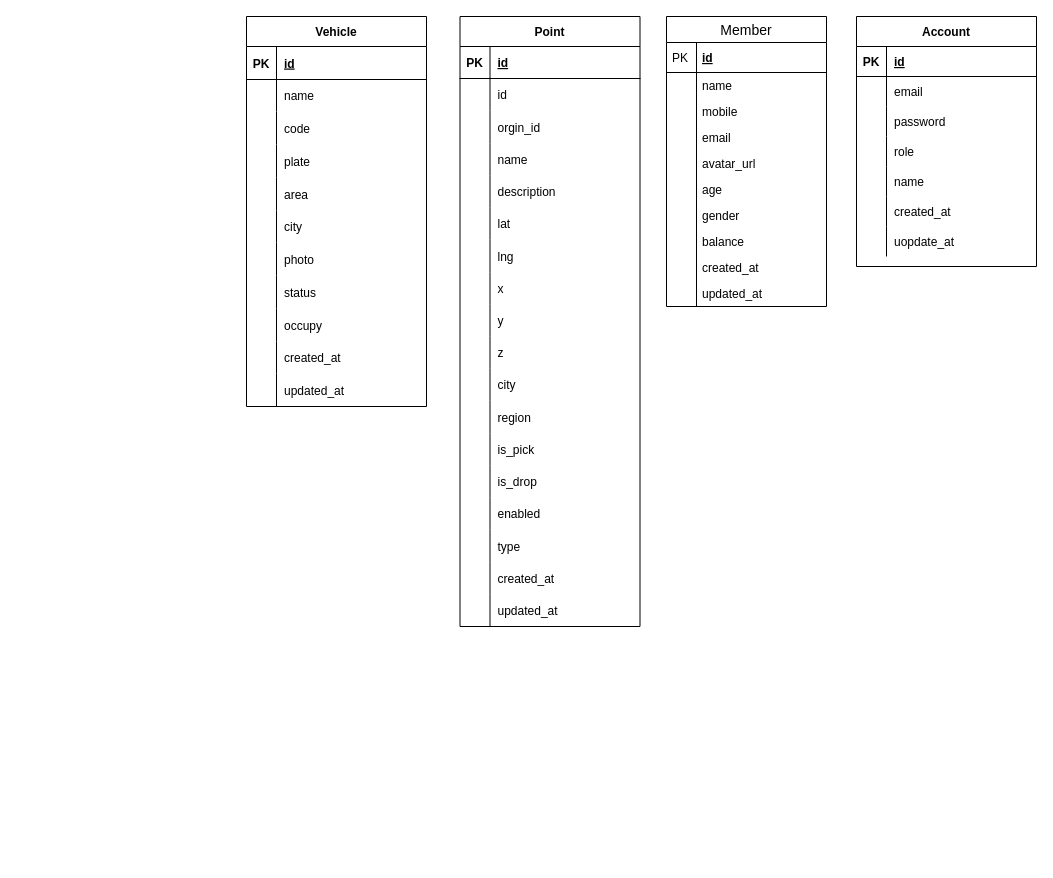
Before: 个人研究院/little_car/little_car_db.drawio in wurh/myDesignDoc, a draw.io diagram. Source tidied: cells renumbered, new cells numbered last; positions are measured from the earlier drawing's top-left corner, leaving out a move shared by most shapes. Both pictures are drawn from the tidied source at 100%, with x=0, y=0 at pixel (246, 16).
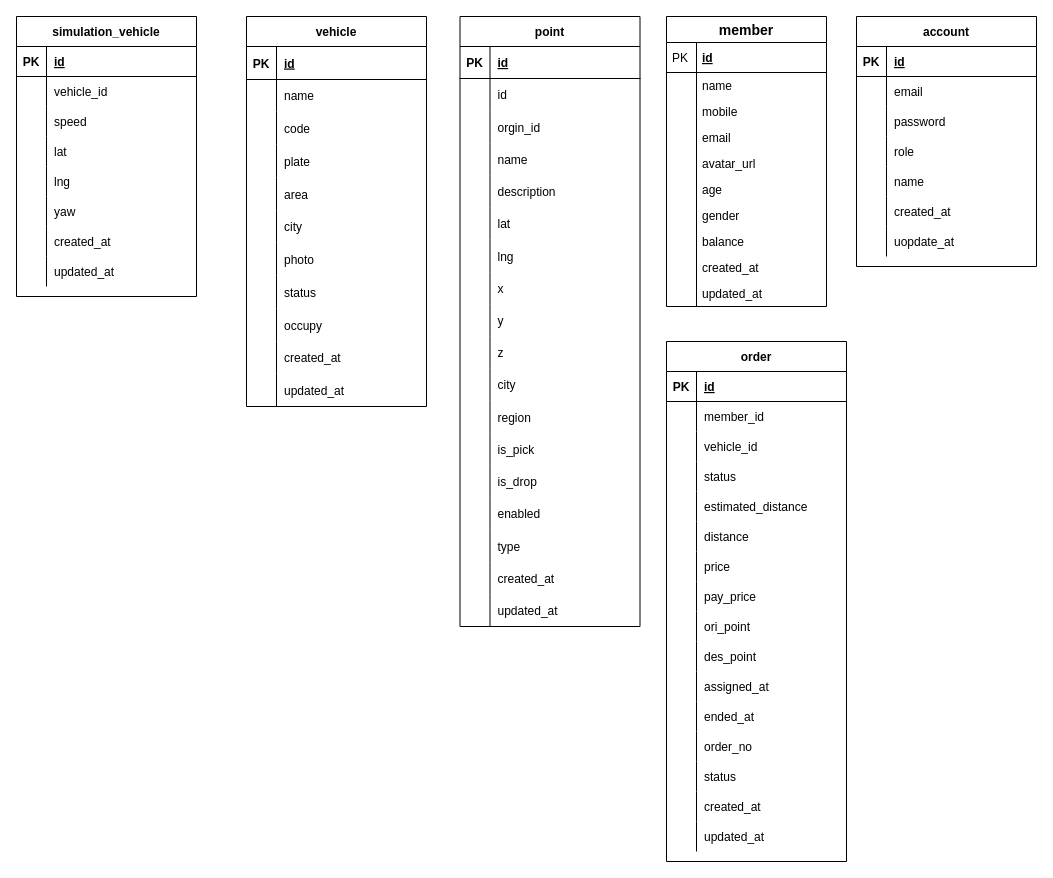
The same page after the edit.

What changed in the source:
```diff
@@
-    <mxCell id="2" value="Point" style="shape=table;startSize=30;childLayout=tableLayout;rowLines=0;fontStyle=1;align=center;" parent="1" vertex="1">
+    <mxCell id="2" value="point" style="shape=table;startSize=30;childLayout=tableLayout;rowLines=0;fontStyle=1;align=center;" parent="1" vertex="1">
       <mxGeometry x="213.5" width="180" height="610" as="geometry" />
     </mxCell>
@@
-    <mxCell id="57" value="Vehicle" style="shape=table;startSize=30;childLayout=tableLayout;rowLines=0;fontStyle=1;align=center;" parent="1" vertex="1">
+    <mxCell id="57" value="vehicle" style="shape=table;startSize=30;childLayout=tableLayout;rowLines=0;fontStyle=1;align=center;" parent="1" vertex="1">
       <mxGeometry width="180" height="390" as="geometry" />
     </mxCell>
@@
-    <mxCell id="91" value="Member" style="swimlane;fontStyle=0;horizontal=1;startSize=26;align=center;fontSize=14;" parent="1" vertex="1">
+    <mxCell id="91" value="member" style="swimlane;fontStyle=1;horizontal=1;startSize=26;align=center;fontSize=14;" parent="1" vertex="1">
       <mxGeometry x="420" width="160" height="290" as="geometry" />
     </mxCell>
@@
-    <mxCell id="112" value="Account" style="shape=table;startSize=30;childLayout=tableLayout;rowLines=0;fontStyle=1;align=center;" parent="1" vertex="1">
+    <mxCell id="112" value="account" style="shape=table;startSize=30;childLayout=tableLayout;rowLines=0;fontStyle=1;align=center;" parent="1" vertex="1">
       <mxGeometry x="610" width="180" height="250" as="geometry" />
     </mxCell>
@@
+    <mxCell id="134" value="order" style="shape=table;startSize=30;childLayout=tableLayout;rowLines=0;fontStyle=1;align=center;" parent="1" vertex="1">
+      <mxGeometry x="420" y="325" width="180" height="520" as="geometry" />
+    </mxCell>
+    <mxCell id="135" style="shape=partialRectangle;fillColor=none;top=0;left=0;bottom=1;right=0;" parent="134" vertex="1">
+      <mxGeometry y="30" width="180" height="30" as="geometry" />
+    </mxCell>
+    <mxCell id="136" value="PK" style="shape=partialRectangle;fillColor=none;top=0;left=0;bottom=0;right=0;fontStyle=1;overflow=hidden;" parent="135" vertex="1">
+      <mxGeometry width="30" height="30" as="geometry" />
+    </mxCell>
+    <mxCell id="137" value="id" style="shape=partialRectangle;fillColor=none;top=0;left=0;bottom=0;right=0;align=left;spacingLeft=6;fontStyle=5;overflow=hidden;" parent="135" vertex="1">
+      <mxGeometry x="30" width="150" height="30" as="geometry" />
+    </mxCell>
+    <mxCell id="138" style="shape=partialRectangle;fillColor=none;top=0;left=0;bottom=0;right=0;" parent="134" vertex="1">
+      <mxGeometry y="60" width="180" height="30" as="geometry" />
+    </mxCell>
+    <mxCell id="139" style="shape=partialRectangle;fillColor=none;top=0;left=0;bottom=0;right=0;overflow=hidden;" parent="138" vertex="1">
+      <mxGeometry width="30" height="30" as="geometry" />
+    </mxCell>
+    <mxCell id="140" value="member_id" style="shape=partialRectangle;fillColor=none;top=0;left=0;bottom=0;right=0;align=left;spacingLeft=6;overflow=hidden;" parent="138" vertex="1">
+      <mxGeometry x="30" width="150" height="30" as="geometry" />
+    </mxCell>
+    <mxCell id="141" style="shape=partialRectangle;fillColor=none;top=0;left=0;bottom=0;right=0;" parent="134" vertex="1">
+      <mxGeometry y="90" width="180" height="30" as="geometry" />
+    </mxCell>
+    <mxCell id="142" style="shape=partialRectangle;fillColor=none;top=0;left=0;bottom=0;right=0;overflow=hidden;" parent="141" vertex="1">
+      <mxGeometry width="30" height="30" as="geometry" />
+    </mxCell>
+    <mxCell id="143" value="vehicle_id" style="shape=partialRectangle;fillColor=none;top=0;left=0;bottom=0;right=0;align=left;spacingLeft=6;overflow=hidden;" parent="141" vertex="1">
+      <mxGeometry x="30" width="150" height="30" as="geometry" />
+    </mxCell>
+    <mxCell id="144" style="shape=partialRectangle;fillColor=none;top=0;left=0;bottom=0;right=0;" parent="134" vertex="1">
+      <mxGeometry y="120" width="180" height="30" as="geometry" />
+    </mxCell>
+    <mxCell id="145" style="shape=partialRectangle;fillColor=none;top=0;left=0;bottom=0;right=0;overflow=hidden;" parent="144" vertex="1">
+      <mxGeometry width="30" height="30" as="geometry" />
+    </mxCell>
+    <mxCell id="146" value="status" style="shape=partialRectangle;fillColor=none;top=0;left=0;bottom=0;right=0;align=left;spacingLeft=6;overflow=hidden;" parent="144" vertex="1">
+      <mxGeometry x="30" width="150" height="30" as="geometry" />
+    </mxCell>
+    <mxCell id="147" style="shape=partialRectangle;fillColor=none;top=0;left=0;bottom=0;right=0;" parent="134" vertex="1">
+      <mxGeometry y="150" width="180" height="30" as="geometry" />
+    </mxCell>
+    <mxCell id="148" style="shape=partialRectangle;fillColor=none;top=0;left=0;bottom=0;right=0;overflow=hidden;" parent="147" vertex="1">
+      <mxGeometry width="30" height="30" as="geometry" />
+    </mxCell>
+    <mxCell id="149" value="estimated_distance" style="shape=partialRectangle;fillColor=none;top=0;left=0;bottom=0;right=0;align=left;spacingLeft=6;overflow=hidden;" parent="147" vertex="1">
+      <mxGeometry x="30" width="150" height="30" as="geometry" />
+    </mxCell>
+    <mxCell id="150" style="shape=partialRectangle;fillColor=none;top=0;left=0;bottom=0;right=0;" parent="134" vertex="1">
+      <mxGeometry y="180" width="180" height="30" as="geometry" />
+    </mxCell>
+    <mxCell id="151" style="shape=partialRectangle;fillColor=none;top=0;left=0;bottom=0;right=0;overflow=hidden;" parent="150" vertex="1">
+      <mxGeometry width="30" height="30" as="geometry" />
+    </mxCell>
+    <mxCell id="152" value="distance" style="shape=partialRectangle;fillColor=none;top=0;left=0;bottom=0;right=0;align=left;spacingLeft=6;overflow=hidden;" parent="150" vertex="1">
+      <mxGeometry x="30" width="150" height="30" as="geometry" />
+    </mxCell>
+    <mxCell id="153" style="shape=partialRectangle;fillColor=none;top=0;left=0;bottom=0;right=0;" parent="134" vertex="1">
+      <mxGeometry y="210" width="180" height="30" as="geometry" />
+    </mxCell>
+    <mxCell id="154" style="shape=partialRectangle;fillColor=none;top=0;left=0;bottom=0;right=0;overflow=hidden;" parent="153" vertex="1">
+      <mxGeometry width="30" height="30" as="geometry" />
+    </mxCell>
+    <mxCell id="155" value="price" style="shape=partialRectangle;fillColor=none;top=0;left=0;bottom=0;right=0;align=left;spacingLeft=6;overflow=hidden;" parent="153" vertex="1">
+      <mxGeometry x="30" width="150" height="30" as="geometry" />
+    </mxCell>
+    <mxCell id="156" style="shape=partialRectangle;fillColor=none;top=0;left=0;bottom=0;right=0;" parent="134" vertex="1">
+      <mxGeometry y="240" width="180" height="30" as="geometry" />
+    </mxCell>
+    <mxCell id="157" style="shape=partialRectangle;fillColor=none;top=0;left=0;bottom=0;right=0;overflow=hidden;" parent="156" vertex="1">
+      <mxGeometry width="30" height="30" as="geometry" />
+    </mxCell>
+    <mxCell id="158" value="pay_price" style="shape=partialRectangle;fillColor=none;top=0;left=0;bottom=0;right=0;align=left;spacingLeft=6;overflow=hidden;" parent="156" vertex="1">
+      <mxGeometry x="30" width="150" height="30" as="geometry" />
+    </mxCell>
+    <mxCell id="159" style="shape=partialRectangle;fillColor=none;top=0;left=0;bottom=0;right=0;" parent="134" vertex="1">
+      <mxGeometry y="270" width="180" height="30" as="geometry" />
+    </mxCell>
+    <mxCell id="160" style="shape=partialRectangle;fillColor=none;top=0;left=0;bottom=0;right=0;overflow=hidden;" parent="159" vertex="1">
+      <mxGeometry width="30" height="30" as="geometry" />
+    </mxCell>
+    <mxCell id="161" value="ori_point" style="shape=partialRectangle;fillColor=none;top=0;left=0;bottom=0;right=0;align=left;spacingLeft=6;overflow=hidden;" parent="159" vertex="1">
+      <mxGeometry x="30" width="150" height="30" as="geometry" />
+    </mxCell>
+    <mxCell id="162" style="shape=partialRectangle;fillColor=none;top=0;left=0;bottom=0;right=0;" parent="134" vertex="1">
+      <mxGeometry y="300" width="180" height="30" as="geometry" />
+    </mxCell>
+    <mxCell id="163" style="shape=partialRectangle;fillColor=none;top=0;left=0;bottom=0;right=0;overflow=hidden;" parent="162" vertex="1">
+      <mxGeometry width="30" height="30" as="geometry" />
+    </mxCell>
+    <mxCell id="164" value="des_point" style="shape=partialRectangle;fillColor=none;top=0;left=0;bottom=0;right=0;align=left;spacingLeft=6;overflow=hidden;" parent="162" vertex="1">
+      <mxGeometry x="30" width="150" height="30" as="geometry" />
+    </mxCell>
+    <mxCell id="165" style="shape=partialRectangle;fillColor=none;top=0;left=0;bottom=0;right=0;" parent="134" vertex="1">
+      <mxGeometry y="330" width="180" height="30" as="geometry" />
+    </mxCell>
+    <mxCell id="166" style="shape=partialRectangle;fillColor=none;top=0;left=0;bottom=0;right=0;overflow=hidden;" parent="165" vertex="1">
+      <mxGeometry width="30" height="30" as="geometry" />
+    </mxCell>
+    <mxCell id="167" value="assigned_at" style="shape=partialRectangle;fillColor=none;top=0;left=0;bottom=0;right=0;align=left;spacingLeft=6;overflow=hidden;" parent="165" vertex="1">
+      <mxGeometry x="30" width="150" height="30" as="geometry" />
+    </mxCell>
+    <mxCell id="168" style="shape=partialRectangle;fillColor=none;top=0;left=0;bottom=0;right=0;" parent="134" vertex="1">
+      <mxGeometry y="360" width="180" height="30" as="geometry" />
+    </mxCell>
+    <mxCell id="169" style="shape=partialRectangle;fillColor=none;top=0;left=0;bottom=0;right=0;overflow=hidden;" parent="168" vertex="1">
+      <mxGeometry width="30" height="30" as="geometry" />
+    </mxCell>
+    <mxCell id="170" value="ended_at" style="shape=partialRectangle;fillColor=none;top=0;left=0;bottom=0;right=0;align=left;spacingLeft=6;overflow=hidden;" parent="168" vertex="1">
+      <mxGeometry x="30" width="150" height="30" as="geometry" />
+    </mxCell>
+    <mxCell id="171" style="shape=partialRectangle;fillColor=none;top=0;left=0;bottom=0;right=0;" parent="134" vertex="1">
+      <mxGeometry y="390" width="180" height="30" as="geometry" />
+    </mxCell>
+    <mxCell id="172" style="shape=partialRectangle;fillColor=none;top=0;left=0;bottom=0;right=0;overflow=hidden;" parent="171" vertex="1">
+      <mxGeometry width="30" height="30" as="geometry" />
+    </mxCell>
+    <mxCell id="173" value="order_no" style="shape=partialRectangle;fillColor=none;top=0;left=0;bottom=0;right=0;align=left;spacingLeft=6;overflow=hidden;" parent="171" vertex="1">
+      <mxGeometry x="30" width="150" height="30" as="geometry" />
+    </mxCell>
+    <mxCell id="174" style="shape=partialRectangle;fillColor=none;top=0;left=0;bottom=0;right=0;" parent="134" vertex="1">
+      <mxGeometry y="420" width="180" height="30" as="geometry" />
+    </mxCell>
+    <mxCell id="175" style="shape=partialRectangle;fillColor=none;top=0;left=0;bottom=0;right=0;overflow=hidden;" parent="174" vertex="1">
+      <mxGeometry width="30" height="30" as="geometry" />
+    </mxCell>
+    <mxCell id="176" value="status" style="shape=partialRectangle;fillColor=none;top=0;left=0;bottom=0;right=0;align=left;spacingLeft=6;overflow=hidden;" parent="174" vertex="1">
+      <mxGeometry x="30" width="150" height="30" as="geometry" />
+    </mxCell>
+    <mxCell id="177" style="shape=partialRectangle;fillColor=none;top=0;left=0;bottom=0;right=0;" parent="134" vertex="1">
+      <mxGeometry y="450" width="180" height="30" as="geometry" />
+    </mxCell>
+    <mxCell id="178" style="shape=partialRectangle;fillColor=none;top=0;left=0;bottom=0;right=0;overflow=hidden;" parent="177" vertex="1">
+      <mxGeometry width="30" height="30" as="geometry" />
+    </mxCell>
+    <mxCell id="179" value="created_at" style="shape=partialRectangle;fillColor=none;top=0;left=0;bottom=0;right=0;align=left;spacingLeft=6;overflow=hidden;" parent="177" vertex="1">
+      <mxGeometry x="30" width="150" height="30" as="geometry" />
+    </mxCell>
+    <mxCell id="180" style="shape=partialRectangle;fillColor=none;top=0;left=0;bottom=0;right=0;" parent="134" vertex="1">
+      <mxGeometry y="480" width="180" height="30" as="geometry" />
+    </mxCell>
+    <mxCell id="181" style="shape=partialRectangle;fillColor=none;top=0;left=0;bottom=0;right=0;overflow=hidden;" parent="180" vertex="1">
+      <mxGeometry width="30" height="30" as="geometry" />
+    </mxCell>
+    <mxCell id="182" value="updated_at" style="shape=partialRectangle;fillColor=none;top=0;left=0;bottom=0;right=0;align=left;spacingLeft=6;overflow=hidden;" parent="180" vertex="1">
+      <mxGeometry x="30" width="150" height="30" as="geometry" />
+    </mxCell>
+    <mxCell id="183" value="simulation_vehicle" style="shape=table;startSize=30;childLayout=tableLayout;rowLines=0;fontStyle=1;align=center;" parent="1" vertex="1">
+      <mxGeometry x="-230" width="180" height="280" as="geometry" />
+    </mxCell>
+    <mxCell id="184" style="shape=partialRectangle;fillColor=none;top=0;left=0;bottom=1;right=0;" parent="183" vertex="1">
+      <mxGeometry y="30" width="180" height="30" as="geometry" />
+    </mxCell>
+    <mxCell id="185" value="PK" style="shape=partialRectangle;fillColor=none;top=0;left=0;bottom=0;right=0;fontStyle=1;overflow=hidden;" parent="184" vertex="1">
+      <mxGeometry width="30" height="30" as="geometry" />
+    </mxCell>
+    <mxCell id="186" value="id" style="shape=partialRectangle;fillColor=none;top=0;left=0;bottom=0;right=0;align=left;spacingLeft=6;fontStyle=5;overflow=hidden;" parent="184" vertex="1">
+      <mxGeometry x="30" width="150" height="30" as="geometry" />
+    </mxCell>
+    <mxCell id="187" style="shape=partialRectangle;fillColor=none;top=0;left=0;bottom=0;right=0;" parent="183" vertex="1">
+      <mxGeometry y="60" width="180" height="30" as="geometry" />
+    </mxCell>
+    <mxCell id="188" style="shape=partialRectangle;fillColor=none;top=0;left=0;bottom=0;right=0;overflow=hidden;" parent="187" vertex="1">
+      <mxGeometry width="30" height="30" as="geometry" />
+    </mxCell>
+    <mxCell id="189" value="vehicle_id" style="shape=partialRectangle;fillColor=none;top=0;left=0;bottom=0;right=0;align=left;spacingLeft=6;overflow=hidden;" parent="187" vertex="1">
+      <mxGeometry x="30" width="150" height="30" as="geometry" />
+    </mxCell>
+    <mxCell id="190" style="shape=partialRectangle;fillColor=none;top=0;left=0;bottom=0;right=0;" parent="183" vertex="1">
+      <mxGeometry y="90" width="180" height="30" as="geometry" />
+    </mxCell>
+    <mxCell id="191" style="shape=partialRectangle;fillColor=none;top=0;left=0;bottom=0;right=0;overflow=hidden;" parent="190" vertex="1">
+      <mxGeometry width="30" height="30" as="geometry" />
+    </mxCell>
+    <mxCell id="192" value="speed" style="shape=partialRectangle;fillColor=none;top=0;left=0;bottom=0;right=0;align=left;spacingLeft=6;overflow=hidden;" parent="190" vertex="1">
+      <mxGeometry x="30" width="150" height="30" as="geometry" />
+    </mxCell>
+    <mxCell id="193" style="shape=partialRectangle;fillColor=none;top=0;left=0;bottom=0;right=0;" parent="183" vertex="1">
+      <mxGeometry y="120" width="180" height="30" as="geometry" />
+    </mxCell>
+    <mxCell id="194" style="shape=partialRectangle;fillColor=none;top=0;left=0;bottom=0;right=0;overflow=hidden;" parent="193" vertex="1">
+      <mxGeometry width="30" height="30" as="geometry" />
+    </mxCell>
+    <mxCell id="195" value="lat" style="shape=partialRectangle;fillColor=none;top=0;left=0;bottom=0;right=0;align=left;spacingLeft=6;overflow=hidden;" parent="193" vertex="1">
+      <mxGeometry x="30" width="150" height="30" as="geometry" />
+    </mxCell>
+    <mxCell id="196" style="shape=partialRectangle;fillColor=none;top=0;left=0;bottom=0;right=0;" parent="183" vertex="1">
+      <mxGeometry y="150" width="180" height="30" as="geometry" />
+    </mxCell>
+    <mxCell id="197" style="shape=partialRectangle;fillColor=none;top=0;left=0;bottom=0;right=0;overflow=hidden;" parent="196" vertex="1">
+      <mxGeometry width="30" height="30" as="geometry" />
+    </mxCell>
+    <mxCell id="198" value="lng" style="shape=partialRectangle;fillColor=none;top=0;left=0;bottom=0;right=0;align=left;spacingLeft=6;overflow=hidden;" parent="196" vertex="1">
+      <mxGeometry x="30" width="150" height="30" as="geometry" />
+    </mxCell>
+    <mxCell id="199" style="shape=partialRectangle;fillColor=none;top=0;left=0;bottom=0;right=0;" parent="183" vertex="1">
+      <mxGeometry y="180" width="180" height="30" as="geometry" />
+    </mxCell>
+    <mxCell id="200" style="shape=partialRectangle;fillColor=none;top=0;left=0;bottom=0;right=0;overflow=hidden;" parent="199" vertex="1">
+      <mxGeometry width="30" height="30" as="geometry" />
+    </mxCell>
+    <mxCell id="201" value="yaw" style="shape=partialRectangle;fillColor=none;top=0;left=0;bottom=0;right=0;align=left;spacingLeft=6;overflow=hidden;" parent="199" vertex="1">
+      <mxGeometry x="30" width="150" height="30" as="geometry" />
+    </mxCell>
+    <mxCell id="202" style="shape=partialRectangle;fillColor=none;top=0;left=0;bottom=0;right=0;" parent="183" vertex="1">
+      <mxGeometry y="210" width="180" height="30" as="geometry" />
+    </mxCell>
+    <mxCell id="203" style="shape=partialRectangle;fillColor=none;top=0;left=0;bottom=0;right=0;overflow=hidden;" parent="202" vertex="1">
+      <mxGeometry width="30" height="30" as="geometry" />
+    </mxCell>
+    <mxCell id="204" value="created_at" style="shape=partialRectangle;fillColor=none;top=0;left=0;bottom=0;right=0;align=left;spacingLeft=6;overflow=hidden;" parent="202" vertex="1">
+      <mxGeometry x="30" width="150" height="30" as="geometry" />
+    </mxCell>
+    <mxCell id="205" style="shape=partialRectangle;fillColor=none;top=0;left=0;bottom=0;right=0;" parent="183" vertex="1">
+      <mxGeometry y="240" width="180" height="30" as="geometry" />
+    </mxCell>
+    <mxCell id="206" style="shape=partialRectangle;fillColor=none;top=0;left=0;bottom=0;right=0;overflow=hidden;" parent="205" vertex="1">
+      <mxGeometry width="30" height="30" as="geometry" />
+    </mxCell>
+    <mxCell id="207" value="updated_at" style="shape=partialRectangle;fillColor=none;top=0;left=0;bottom=0;right=0;align=left;spacingLeft=6;overflow=hidden;" parent="205" vertex="1">
+      <mxGeometry x="30" width="150" height="30" as="geometry" />
+    </mxCell>
```
